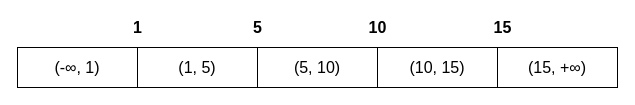
Above: mysql/事务隔离/加锁情况.drawio in xiaolincoder/ImageHost4 (draw.io), before the change. Source tidied: cells renumbered, new cells numbered last; positions are measured from the earlier drawing's top-left corner, leaving out a move shared by most shapes. Both pictures are drawn from the tidied source at 100%, with x=0, y=0 at pixel (17, 17).
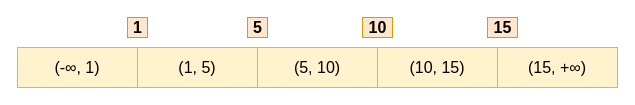
The same page after the edit.

Commit message (it also covers changes not shown here):
更新加锁情况.drawio

The edit, as a diff of the source:
```diff
@@
 <mxGraphModel>
   <root>
     <mxCell id="0" />
     <mxCell id="1" parent="0" />
-    <mxCell id="2" value="(-∞, 1)" style="rounded=0;whiteSpace=wrap;html=1;fontSize=16;" parent="1" vertex="1">
+    <mxCell id="2" value="(-∞, 1)" style="rounded=0;whiteSpace=wrap;html=1;fontSize=16;fillColor=#fff2cc;strokeColor=#d6b656;" parent="1" vertex="1">
       <mxGeometry y="30" width="120" height="40" as="geometry" />
     </mxCell>
-    <mxCell id="3" value="(1, 5)" style="rounded=0;whiteSpace=wrap;html=1;fontSize=16;" parent="1" vertex="1">
+    <mxCell id="3" value="(1, 5)" style="rounded=0;whiteSpace=wrap;html=1;fontSize=16;fillColor=#fff2cc;strokeColor=#d6b656;" parent="1" vertex="1">
       <mxGeometry x="120" y="30" width="120" height="40" as="geometry" />
     </mxCell>
-    <mxCell id="4" value="(5, 10)" style="rounded=0;whiteSpace=wrap;html=1;fontSize=16;" parent="1" vertex="1">
+    <mxCell id="4" value="(5, 10)" style="rounded=0;whiteSpace=wrap;html=1;fontSize=16;fillColor=#fff2cc;strokeColor=#d6b656;" parent="1" vertex="1">
       <mxGeometry x="240" y="30" width="120" height="40" as="geometry" />
     </mxCell>
-    <mxCell id="5" value="(10, 15)" style="rounded=0;whiteSpace=wrap;html=1;fontSize=16;" parent="1" vertex="1">
+    <mxCell id="5" value="(10, 15)" style="rounded=0;whiteSpace=wrap;html=1;fontSize=16;fillColor=#fff2cc;strokeColor=#d6b656;" parent="1" vertex="1">
       <mxGeometry x="360" y="30" width="120" height="40" as="geometry" />
     </mxCell>
-    <mxCell id="6" value="(15, +∞)" style="rounded=0;whiteSpace=wrap;html=1;fontSize=16;" parent="1" vertex="1">
+    <mxCell id="6" value="(15, +∞)" style="rounded=0;whiteSpace=wrap;html=1;fontSize=16;fillColor=#fff2cc;strokeColor=#d6b656;" parent="1" vertex="1">
       <mxGeometry x="480" y="30" width="120" height="40" as="geometry" />
     </mxCell>
-    <mxCell id="7" value="1" style="text;html=1;align=center;verticalAlign=middle;strokeColor=none;fillColor=none;fontSize=16;fontStyle=1;" parent="1" vertex="1">
+    <mxCell id="7" value="1" style="text;html=1;align=center;verticalAlign=middle;strokeColor=#d79b00;fillColor=#ffe6cc;fontSize=16;fontStyle=1;" parent="1" vertex="1">
       <mxGeometry x="110" width="20" height="20" as="geometry" />
     </mxCell>
-    <mxCell id="8" value="5" style="text;html=1;align=center;verticalAlign=middle;strokeColor=none;fillColor=none;fontSize=16;fontStyle=1;" parent="1" vertex="1">
+    <mxCell id="8" value="5" style="text;html=1;align=center;verticalAlign=middle;strokeColor=#d79b00;fillColor=#ffe6cc;fontSize=16;fontStyle=1;" parent="1" vertex="1">
       <mxGeometry x="230" width="20" height="20" as="geometry" />
     </mxCell>
-    <mxCell id="9" value="10" style="text;html=1;align=center;verticalAlign=middle;strokeColor=none;fillColor=none;fontSize=16;fontStyle=1;" parent="1" vertex="1">
+    <mxCell id="9" value="10" style="text;html=1;align=center;verticalAlign=middle;strokeColor=#d79b00;fillColor=#ffe6cc;fontSize=16;fontStyle=1;" parent="1" vertex="1">
       <mxGeometry x="345" width="30" height="20" as="geometry" />
     </mxCell>
-    <mxCell id="10" value="15" style="text;html=1;align=center;verticalAlign=middle;strokeColor=none;fillColor=none;fontSize=16;fontStyle=1;" parent="1" vertex="1">
+    <mxCell id="10" value="15" style="text;html=1;align=center;verticalAlign=middle;strokeColor=#d79b00;fillColor=#ffe6cc;fontSize=16;fontStyle=1;" parent="1" vertex="1">
       <mxGeometry x="470" width="30" height="20" as="geometry" />
     </mxCell>
   </root>
 </mxGraphModel>
```
